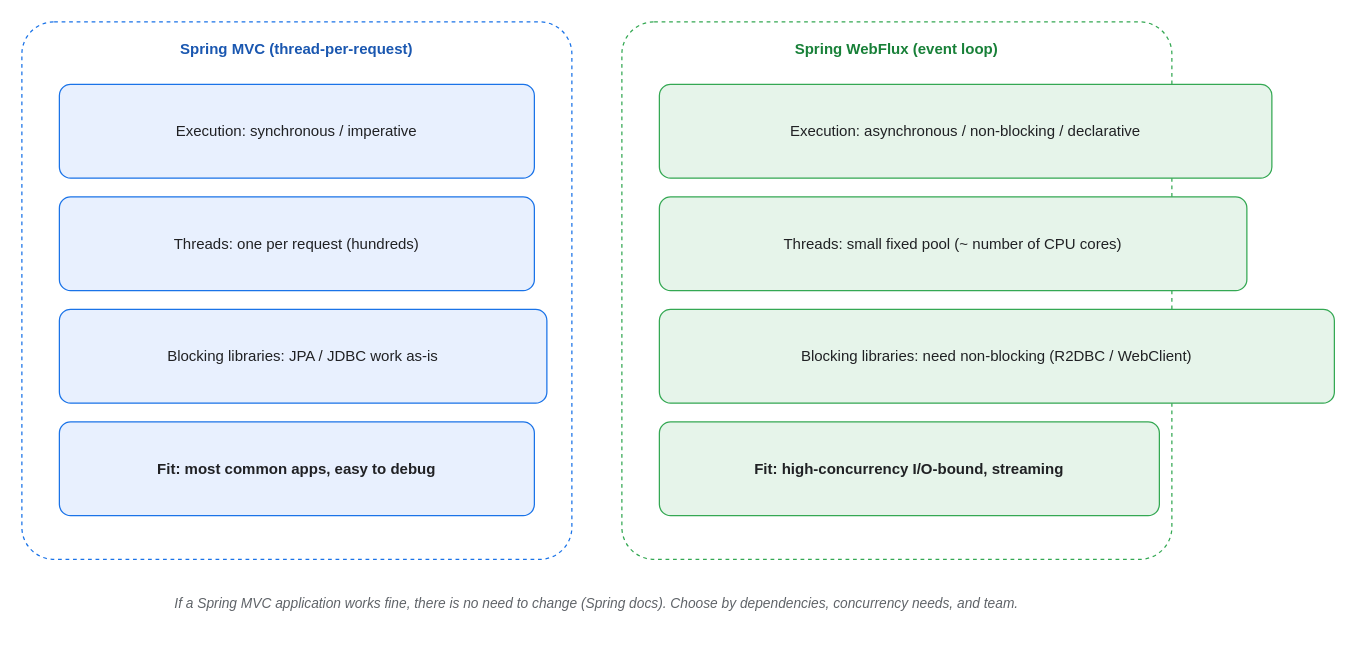
Earlier version of the draw.io diagram assets/img/spring/spring-13-mvc-vs-webflux.drawio (KKamJi98/kkamji98.github.io). Source tidied: cells renumbered, new cells numbered last; positions are measured from the earlier drawing's top-left corner, leaving out a move shared by most shapes. Both pictures are drawn from the tidied source at 125%, with x=0, y=0 at pixel (21, 21).
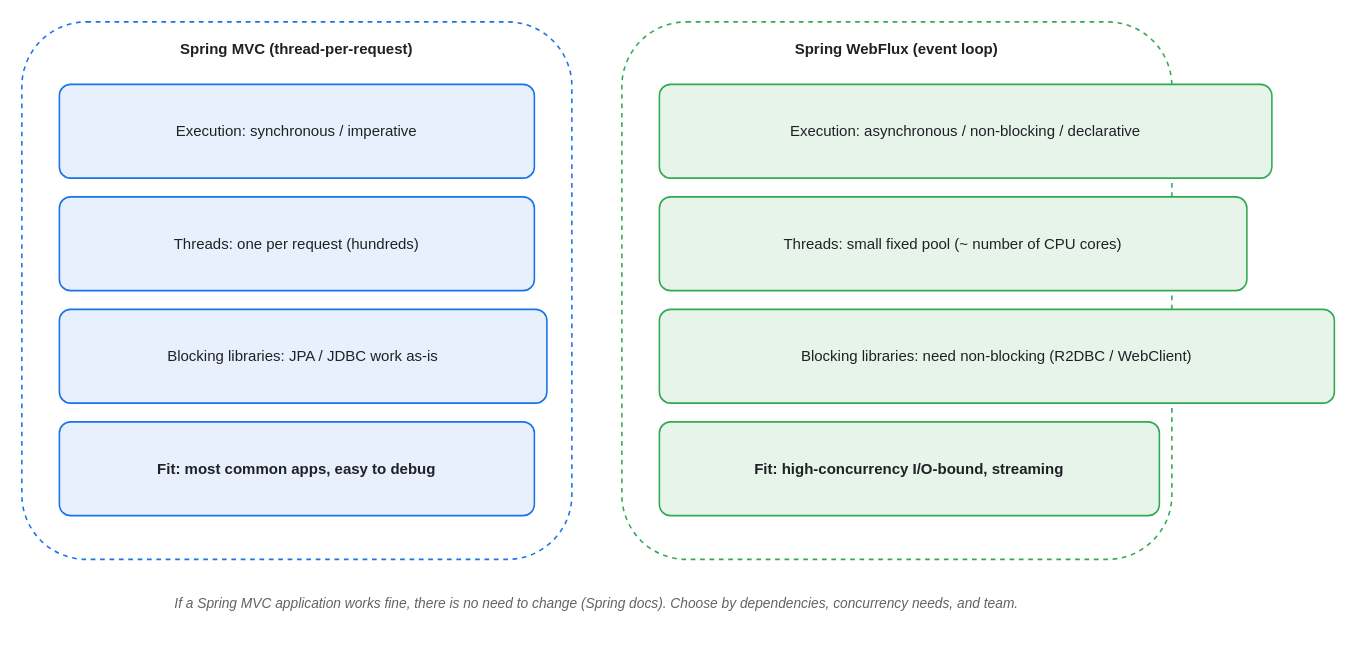
Above is the later version.

Change to the diagram source:
```diff
@@
 <mxGraphModel background="#FFFFFF">
   <root>
     <mxCell id="0" />
     <mxCell id="1" parent="0" />
-    <mxCell id="2" value="Spring MVC (thread-per-request)" style="rounded=1;whiteSpace=wrap;html=0;arcSize=6;shadow=0;fillColor=#FFFFFF;strokeColor=#1A73E8;fontColor=#1A57B0;fontStyle=1;verticalAlign=top;align=center;dashed=1;spacingTop=8;" parent="1" vertex="1">
+    <mxCell id="2" value="Spring MVC (thread-per-request)" style="rounded=1;whiteSpace=wrap;html=0;arcSize=12;shadow=0;fillColor=#FFFFFF;strokeColor=#1A73E8;fontColor=#202124;fontStyle=1;verticalAlign=top;align=center;dashed=1;spacingTop=8;strokeWidth=1.25;" parent="1" vertex="1">
       <mxGeometry width="440" height="430" as="geometry" />
     </mxCell>
-    <mxCell id="3" value="Execution: synchronous / imperative" style="rounded=1;whiteSpace=wrap;html=0;arcSize=12;shadow=0;fillColor=#E8F0FE;strokeColor=#1A73E8;fontColor=#202124;" parent="1" vertex="1">
+    <mxCell id="3" value="Execution: synchronous / imperative" style="rounded=1;whiteSpace=wrap;html=0;arcSize=12;shadow=0;fillColor=#E8F0FE;strokeColor=#1A73E8;fontColor=#202124;strokeWidth=1.25;" parent="1" vertex="1">
       <mxGeometry x="30" y="50" width="380" height="75" as="geometry" />
     </mxCell>
-    <mxCell id="4" value="Threads: one per request (hundreds)" style="rounded=1;whiteSpace=wrap;html=0;arcSize=12;shadow=0;fillColor=#E8F0FE;strokeColor=#1A73E8;fontColor=#202124;" parent="1" vertex="1">
+    <mxCell id="4" value="Threads: one per request (hundreds)" style="rounded=1;whiteSpace=wrap;html=0;arcSize=12;shadow=0;fillColor=#E8F0FE;strokeColor=#1A73E8;fontColor=#202124;strokeWidth=1.25;" parent="1" vertex="1">
       <mxGeometry x="30" y="140" width="380" height="75" as="geometry" />
     </mxCell>
-    <mxCell id="5" value="Blocking libraries: JPA / JDBC work as-is" style="rounded=1;whiteSpace=wrap;html=0;arcSize=12;shadow=0;fillColor=#E8F0FE;strokeColor=#1A73E8;fontColor=#202124;" parent="1" vertex="1">
+    <mxCell id="5" value="Blocking libraries: JPA / JDBC work as-is" style="rounded=1;whiteSpace=wrap;html=0;arcSize=12;shadow=0;fillColor=#E8F0FE;strokeColor=#1A73E8;fontColor=#202124;strokeWidth=1.25;" parent="1" vertex="1">
       <mxGeometry x="30" y="230" width="390" height="75" as="geometry" />
     </mxCell>
-    <mxCell id="6" value="Fit: most common apps, easy to debug" style="rounded=1;whiteSpace=wrap;html=0;arcSize=12;shadow=0;fillColor=#E8F0FE;strokeColor=#1A73E8;fontColor=#202124;fontStyle=1;" parent="1" vertex="1">
+    <mxCell id="6" value="Fit: most common apps, easy to debug" style="rounded=1;whiteSpace=wrap;html=0;arcSize=12;shadow=0;fillColor=#E8F0FE;strokeColor=#1A73E8;fontColor=#202124;fontStyle=1;strokeWidth=1.25;" parent="1" vertex="1">
       <mxGeometry x="30" y="320" width="380" height="75" as="geometry" />
     </mxCell>
-    <mxCell id="7" value="Spring WebFlux (event loop)" style="rounded=1;whiteSpace=wrap;html=0;arcSize=6;shadow=0;fillColor=#FFFFFF;strokeColor=#34A853;fontColor=#188038;fontStyle=1;verticalAlign=top;align=center;dashed=1;spacingTop=8;" parent="1" vertex="1">
+    <mxCell id="7" value="Spring WebFlux (event loop)" style="rounded=1;whiteSpace=wrap;html=0;arcSize=12;shadow=0;fillColor=#FFFFFF;strokeColor=#34A853;fontColor=#202124;fontStyle=1;verticalAlign=top;align=center;dashed=1;spacingTop=8;strokeWidth=1.25;" parent="1" vertex="1">
       <mxGeometry x="480" width="440" height="430" as="geometry" />
     </mxCell>
-    <mxCell id="8" value="Execution: asynchronous / non-blocking / declarative" style="rounded=1;whiteSpace=wrap;html=0;arcSize=12;shadow=0;fillColor=#E6F4EA;strokeColor=#34A853;fontColor=#202124;" parent="1" vertex="1">
+    <mxCell id="8" value="Execution: asynchronous / non-blocking / declarative" style="rounded=1;whiteSpace=wrap;html=0;arcSize=12;shadow=0;fillColor=#E6F4EA;strokeColor=#34A853;fontColor=#202124;strokeWidth=1.25;" parent="1" vertex="1">
       <mxGeometry x="510" y="50" width="490" height="75" as="geometry" />
     </mxCell>
-    <mxCell id="9" value="Threads: small fixed pool (~ number of CPU cores)" style="rounded=1;whiteSpace=wrap;html=0;arcSize=12;shadow=0;fillColor=#E6F4EA;strokeColor=#34A853;fontColor=#202124;" parent="1" vertex="1">
+    <mxCell id="9" value="Threads: small fixed pool (~ number of CPU cores)" style="rounded=1;whiteSpace=wrap;html=0;arcSize=12;shadow=0;fillColor=#E6F4EA;strokeColor=#34A853;fontColor=#202124;strokeWidth=1.25;" parent="1" vertex="1">
       <mxGeometry x="510" y="140" width="470" height="75" as="geometry" />
     </mxCell>
-    <mxCell id="10" value="Blocking libraries: need non-blocking (R2DBC / WebClient)" style="rounded=1;whiteSpace=wrap;html=0;arcSize=12;shadow=0;fillColor=#E6F4EA;strokeColor=#34A853;fontColor=#202124;" parent="1" vertex="1">
+    <mxCell id="10" value="Blocking libraries: need non-blocking (R2DBC / WebClient)" style="rounded=1;whiteSpace=wrap;html=0;arcSize=12;shadow=0;fillColor=#E6F4EA;strokeColor=#34A853;fontColor=#202124;strokeWidth=1.25;" parent="1" vertex="1">
       <mxGeometry x="510" y="230" width="540" height="75" as="geometry" />
     </mxCell>
-    <mxCell id="11" value="Fit: high-concurrency I/O-bound, streaming" style="rounded=1;whiteSpace=wrap;html=0;arcSize=12;shadow=0;fillColor=#E6F4EA;strokeColor=#34A853;fontColor=#202124;fontStyle=1;" parent="1" vertex="1">
+    <mxCell id="11" value="Fit: high-concurrency I/O-bound, streaming" style="rounded=1;whiteSpace=wrap;html=0;arcSize=12;shadow=0;fillColor=#E6F4EA;strokeColor=#34A853;fontColor=#202124;fontStyle=1;strokeWidth=1.25;" parent="1" vertex="1">
       <mxGeometry x="510" y="320" width="400" height="75" as="geometry" />
     </mxCell>
     <mxCell id="12" value="If a Spring MVC application works fine, there is no need to change (Spring docs). Choose by dependencies, concurrency needs, and team." style="text;html=0;align=center;verticalAlign=middle;whiteSpace=wrap;fontSize=11;fontColor=#5F6368;fontStyle=2;" parent="1" vertex="1">
       <mxGeometry y="445" width="920" height="40" as="geometry" />
     </mxCell>
   </root>
 </mxGraphModel>
```
